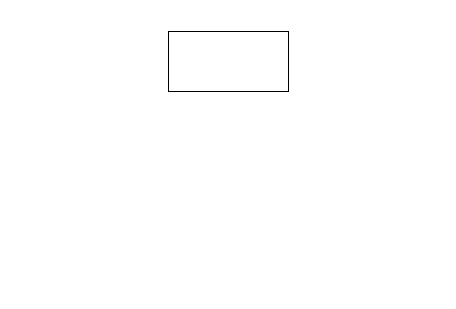
Above: page "总体数据流" (1 of 2) of Audio-Ethernet.drawio in gdhzyz/draws (draw.io), before the change. Source tidied: cells renumbered, new cells numbered last; positions are measured from the earlier drawing's top-left corner, leaving out a move shared by most shapes. Both pictures are drawn from the tidied source at 100%, with x=0, y=0 at pixel (168, 31).
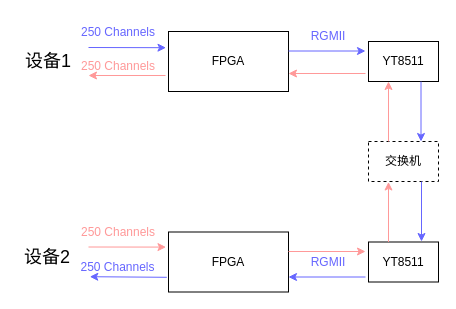
Above is the later version.

The edit, as a diff of the source:
```diff
@@
-    <mxCell id="2" style="rounded=0;whiteSpace=wrap;html=1;" parent="1" vertex="1">
+    <mxCell id="2" value="FPGA" style="rounded=0;whiteSpace=wrap;html=1;" parent="1" vertex="1">
       <mxGeometry width="120" height="60" as="geometry" />
     </mxCell>
+    <mxCell id="3" value="&lt;font style=&quot;font-size: 18px;&quot;&gt;设备1&lt;/font&gt;" style="text;strokeColor=none;align=center;fillColor=none;html=1;verticalAlign=middle;whiteSpace=wrap;rounded=0;" parent="1" vertex="1">
+      <mxGeometry x="-150" y="15" width="60" height="30" as="geometry" />
+    </mxCell>
+    <mxCell id="4" style="endArrow=classic;html=1;rounded=0;entryX=-0.021;entryY=0.336;entryDx=0;entryDy=0;entryPerimeter=0;strokeColor=#6666FF;" parent="1" edge="1">
+      <mxGeometry relative="1" as="geometry">
+        <mxPoint x="-80" y="16" as="sourcePoint" />
+        <mxPoint x="-2.5" y="16.2" as="targetPoint" />
+      </mxGeometry>
+    </mxCell>
+    <mxCell id="5" value="&lt;font color=&quot;#6666ff&quot;&gt;250 Channels&lt;/font&gt;" style="text;strokeColor=none;align=center;fillColor=none;html=1;verticalAlign=middle;whiteSpace=wrap;rounded=0;" parent="1" vertex="1">
+      <mxGeometry x="-90" y="-14" width="80" height="30" as="geometry" />
+    </mxCell>
+    <mxCell id="6" value="YT8511" style="rounded=0;whiteSpace=wrap;html=1;" parent="1" vertex="1">
+      <mxGeometry x="200" y="10" width="70" height="40" as="geometry" />
+    </mxCell>
+    <mxCell id="7" value="&lt;font color=&quot;#6666ff&quot;&gt;RGMII&lt;/font&gt;" style="text;strokeColor=none;align=center;fillColor=none;html=1;verticalAlign=middle;whiteSpace=wrap;rounded=0;" parent="1" vertex="1">
+      <mxGeometry x="130" y="-10.5" width="60" height="30" as="geometry" />
+    </mxCell>
+    <mxCell id="8" style="endArrow=classic;html=1;rounded=0;entryX=-0.021;entryY=0.336;entryDx=0;entryDy=0;entryPerimeter=0;strokeColor=#6666FF;" parent="1" edge="1">
+      <mxGeometry relative="1" as="geometry">
+        <mxPoint x="120" y="19.5" as="sourcePoint" />
+        <mxPoint x="197" y="19.5" as="targetPoint" />
+      </mxGeometry>
+    </mxCell>
+    <mxCell id="9" value="交换机" style="rounded=0;whiteSpace=wrap;html=1;dashed=1;" parent="1" vertex="1">
+      <mxGeometry x="200" y="110" width="70" height="40" as="geometry" />
+    </mxCell>
+    <mxCell id="10" style="endArrow=classic;html=1;rounded=0;entryX=0.75;entryY=0;entryDx=0;entryDy=0;strokeColor=#6666FF;exitX=0.75;exitY=1;exitDx=0;exitDy=0;" parent="1" edge="1" source="6" target="9">
+      <mxGeometry relative="1" as="geometry" />
+    </mxCell>
+    <mxCell id="11" style="endArrow=classic;html=1;rounded=0;entryX=0.75;entryY=0;entryDx=0;entryDy=0;strokeColor=#6666FF;exitX=0.75;exitY=1;exitDx=0;exitDy=0;" parent="1" edge="1">
+      <mxGeometry relative="1" as="geometry">
+        <mxPoint x="253" y="150" as="sourcePoint" />
+        <mxPoint x="253" y="210" as="targetPoint" />
+      </mxGeometry>
+    </mxCell>
+    <mxCell id="12" value="FPGA" style="rounded=0;whiteSpace=wrap;html=1;" parent="1" vertex="1">
+      <mxGeometry y="200.5" width="120" height="60" as="geometry" />
+    </mxCell>
+    <mxCell id="13" style="endArrow=classic;html=1;rounded=0;entryX=-0.021;entryY=0.336;entryDx=0;entryDy=0;entryPerimeter=0;strokeColor=#FF9999;" parent="1" edge="1">
+      <mxGeometry relative="1" as="geometry">
+        <mxPoint x="-80" y="215.5" as="sourcePoint" />
+        <mxPoint x="-2.5" y="215.6" as="targetPoint" />
+      </mxGeometry>
+    </mxCell>
+    <mxCell id="14" value="&lt;font color=&quot;#ff9999&quot;&gt;250 Channels&lt;/font&gt;" style="text;strokeColor=none;align=center;fillColor=none;html=1;verticalAlign=middle;whiteSpace=wrap;rounded=0;" parent="1" vertex="1">
+      <mxGeometry x="-90" y="185.5" width="80" height="30" as="geometry" />
+    </mxCell>
+    <mxCell id="15" value="YT8511" style="rounded=0;whiteSpace=wrap;html=1;" parent="1" vertex="1">
+      <mxGeometry x="200" y="210.5" width="70" height="40" as="geometry" />
+    </mxCell>
+    <mxCell id="16" style="endArrow=classic;html=1;rounded=0;entryX=-0.021;entryY=0.336;entryDx=0;entryDy=0;entryPerimeter=0;strokeColor=#FF9999;" parent="1" edge="1">
+      <mxGeometry relative="1" as="geometry">
+        <mxPoint x="120" y="220" as="sourcePoint" />
+        <mxPoint x="197" y="220" as="targetPoint" />
+      </mxGeometry>
+    </mxCell>
+    <mxCell id="17" style="endArrow=classic;html=1;rounded=0;entryX=-0.021;entryY=0.336;entryDx=0;entryDy=0;entryPerimeter=0;strokeColor=#6666FF;" parent="1" edge="1">
+      <mxGeometry relative="1" as="geometry">
+        <mxPoint x="197" y="245.5" as="sourcePoint" />
+        <mxPoint x="120" y="245.5" as="targetPoint" />
+      </mxGeometry>
+    </mxCell>
+    <mxCell id="18" value="&lt;font color=&quot;#6666ff&quot;&gt;RGMII&lt;/font&gt;" style="text;strokeColor=none;align=center;fillColor=none;html=1;verticalAlign=middle;whiteSpace=wrap;rounded=0;" parent="1" vertex="1">
+      <mxGeometry x="130" y="215.5" width="60" height="30" as="geometry" />
+    </mxCell>
+    <mxCell id="19" style="endArrow=classic;html=1;rounded=0;entryX=-0.021;entryY=0.336;entryDx=0;entryDy=0;entryPerimeter=0;strokeColor=#6666FF;" parent="1" edge="1">
+      <mxGeometry relative="1" as="geometry">
+        <mxPoint x="-1.7" y="245.8" as="sourcePoint" />
+        <mxPoint x="-78.7" y="245.2" as="targetPoint" />
+      </mxGeometry>
+    </mxCell>
+    <mxCell id="20" value="&lt;font color=&quot;#6666ff&quot;&gt;250 Channels&lt;/font&gt;" style="text;strokeColor=none;align=center;fillColor=none;html=1;verticalAlign=middle;whiteSpace=wrap;rounded=0;" parent="1" vertex="1">
+      <mxGeometry x="-91.3" y="220.5" width="81.3" height="30" as="geometry" />
+    </mxCell>
+    <mxCell id="21" style="endArrow=classic;html=1;rounded=0;entryX=0.75;entryY=0;entryDx=0;entryDy=0;strokeColor=#FF9999;exitX=0.75;exitY=1;exitDx=0;exitDy=0;" parent="1" edge="1">
+      <mxGeometry relative="1" as="geometry">
+        <mxPoint x="220" y="210.5" as="sourcePoint" />
+        <mxPoint x="220" y="150.5" as="targetPoint" />
+      </mxGeometry>
+    </mxCell>
+    <mxCell id="22" style="endArrow=classic;html=1;rounded=0;entryX=0.75;entryY=0;entryDx=0;entryDy=0;strokeColor=#FF9999;exitX=0.75;exitY=1;exitDx=0;exitDy=0;" parent="1" edge="1">
+      <mxGeometry relative="1" as="geometry">
+        <mxPoint x="220" y="110" as="sourcePoint" />
+        <mxPoint x="220" y="50" as="targetPoint" />
+      </mxGeometry>
+    </mxCell>
+    <mxCell id="23" style="endArrow=classic;html=1;rounded=0;entryX=-0.021;entryY=0.336;entryDx=0;entryDy=0;entryPerimeter=0;strokeColor=#FF9999;" parent="1" edge="1">
+      <mxGeometry relative="1" as="geometry">
+        <mxPoint x="197" y="42" as="sourcePoint" />
+        <mxPoint x="120" y="42" as="targetPoint" />
+      </mxGeometry>
+    </mxCell>
+    <mxCell id="24" style="endArrow=classic;html=1;rounded=0;entryX=-0.021;entryY=0.336;entryDx=0;entryDy=0;entryPerimeter=0;strokeColor=#FF9999;" parent="1" edge="1">
+      <mxGeometry relative="1" as="geometry">
+        <mxPoint x="-3" y="44" as="sourcePoint" />
+        <mxPoint x="-80" y="44" as="targetPoint" />
+      </mxGeometry>
+    </mxCell>
+    <mxCell id="25" value="&lt;font color=&quot;#ff9999&quot;&gt;250 Channels&lt;/font&gt;" style="text;strokeColor=none;align=center;fillColor=none;html=1;verticalAlign=middle;whiteSpace=wrap;rounded=0;" parent="1" vertex="1">
+      <mxGeometry x="-90" y="20" width="80" height="30" as="geometry" />
+    </mxCell>
+    <mxCell id="26" value="&lt;font style=&quot;font-size: 18px;&quot;&gt;设备2&lt;/font&gt;" style="text;strokeColor=none;align=center;fillColor=none;html=1;verticalAlign=middle;whiteSpace=wrap;rounded=0;" parent="1" vertex="1">
+      <mxGeometry x="-151.3" y="210.5" width="60" height="30" as="geometry" />
+    </mxCell>
```
